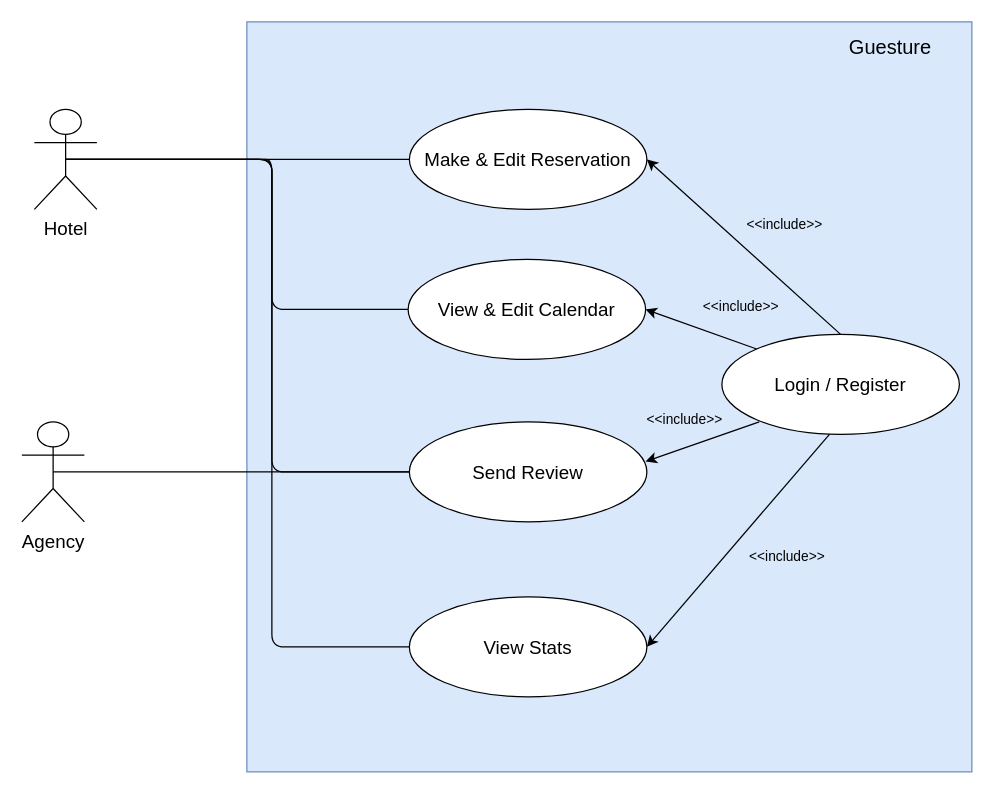
This is use_case/use_case.drawio from nataliaKat/Guesture, a draw.io file, before an edit. Source tidied: cells renumbered, new cells numbered last; positions are measured from the earlier drawing's top-left corner, leaving out a move shared by most shapes. Both pictures are drawn from the tidied source at 125%, with x=0, y=0 at pixel (21, 21).
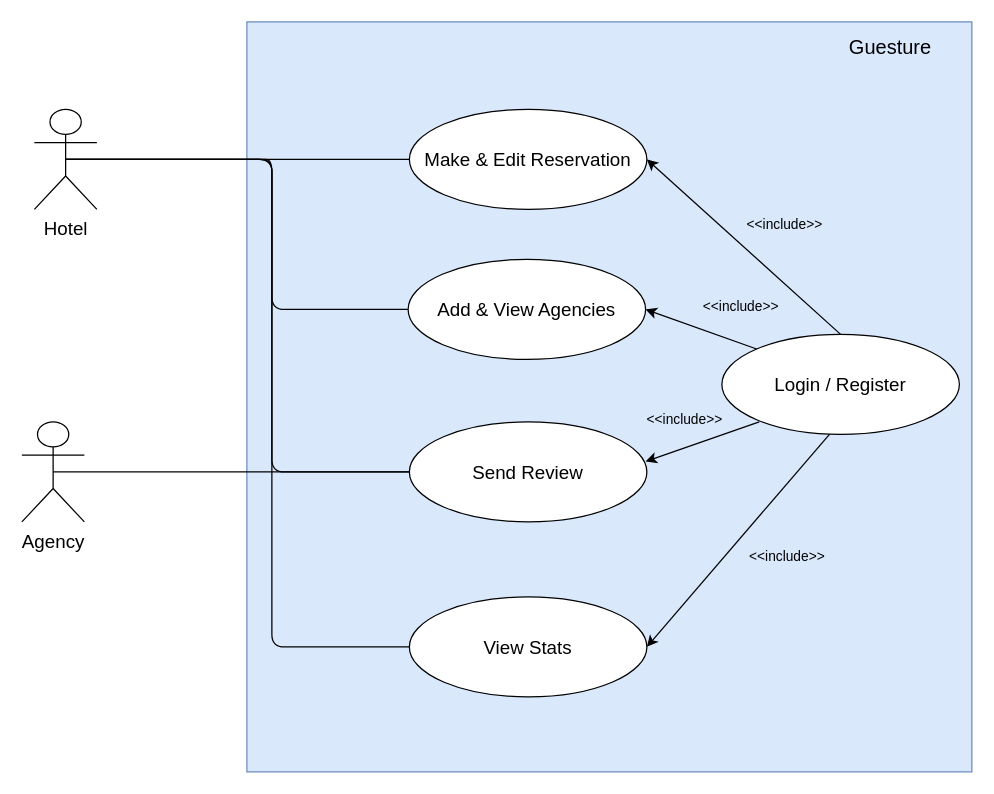
Above is the later version.

Commit message (it also covers changes not shown here):
Fix use case

Change to the diagram source:
```diff
@@
-    <mxCell id="6" value="View &amp;amp; Edit Calendar" style="ellipse;whiteSpace=wrap;html=1;fontSize=15;" parent="1" vertex="1">
+    <mxCell id="6" value="Add &amp;amp; View Agencies" style="ellipse;whiteSpace=wrap;html=1;fontSize=15;" parent="1" vertex="1">
       <mxGeometry x="309" y="190" width="190" height="80" as="geometry" />
     </mxCell>
```
